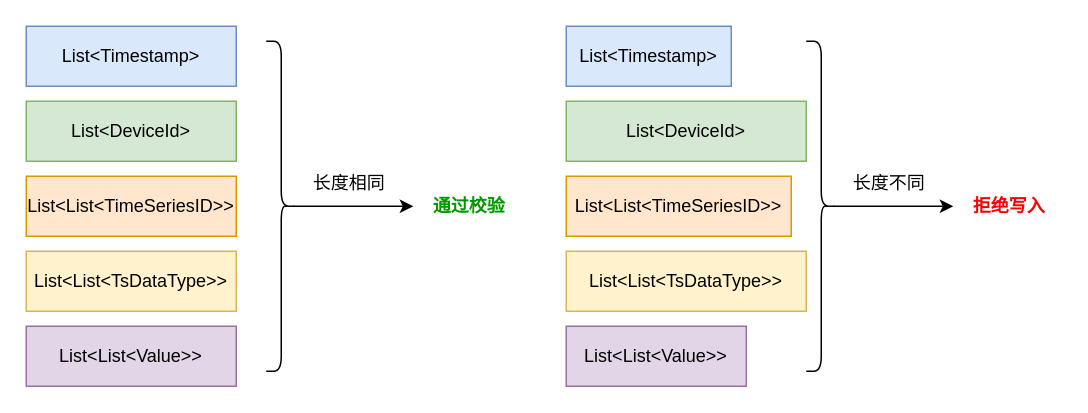
Earlier version of the draw.io diagram 设计图/数据合法性校验.drawio (THUMarkLau/thuthesis). Source tidied: cells renumbered, new cells numbered last; positions are measured from the earlier drawing's top-left corner, leaving out a move shared by most shapes. Both pictures are drawn from the tidied source at 150%, with x=0, y=0 at pixel (26, 26).
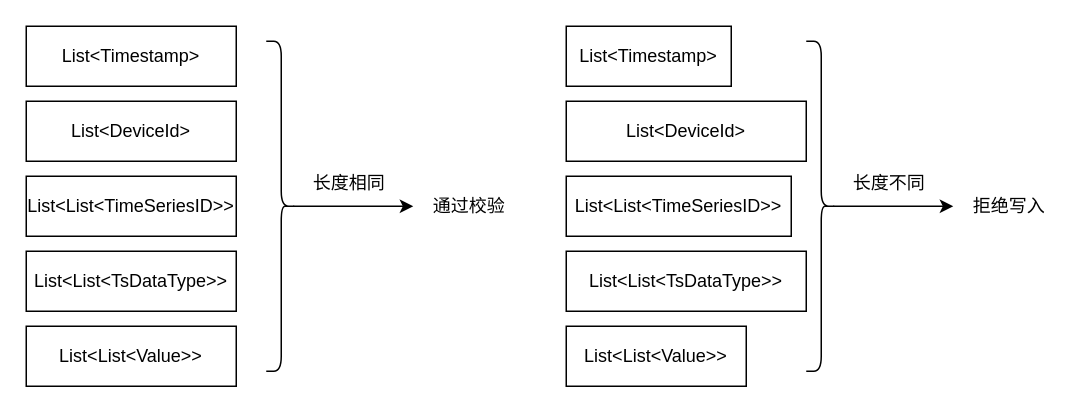
The same page after the edit.

The edit, as a diff of the source:
```diff
@@
-    <mxCell id="2" value="List&amp;lt;DeviceId&amp;gt;" style="rounded=0;whiteSpace=wrap;html=1;fillColor=#d5e8d4;strokeColor=#82b366;" parent="1" vertex="1">
+    <mxCell id="2" value="List&amp;lt;DeviceId&amp;gt;" style="rounded=0;whiteSpace=wrap;html=1;fillColor=none;strokeColor=#000000;" parent="1" vertex="1">
       <mxGeometry y="50" width="140" height="40" as="geometry" />
     </mxCell>
-    <mxCell id="3" value="List&amp;lt;List&amp;lt;TimeSeriesID&amp;gt;&amp;gt;" style="rounded=0;whiteSpace=wrap;html=1;fillColor=#ffe6cc;strokeColor=#d79b00;" parent="1" vertex="1">
+    <mxCell id="3" value="List&amp;lt;List&amp;lt;TimeSeriesID&amp;gt;&amp;gt;" style="rounded=0;whiteSpace=wrap;html=1;fillColor=none;strokeColor=#000000;" parent="1" vertex="1">
       <mxGeometry y="100" width="140" height="40" as="geometry" />
     </mxCell>
-    <mxCell id="4" value="List&amp;lt;List&amp;lt;TsDataType&amp;gt;&amp;gt;" style="rounded=0;whiteSpace=wrap;html=1;fillColor=#fff2cc;strokeColor=#d6b656;" parent="1" vertex="1">
+    <mxCell id="4" value="List&amp;lt;List&amp;lt;TsDataType&amp;gt;&amp;gt;" style="rounded=0;whiteSpace=wrap;html=1;fillColor=none;strokeColor=#000000;" parent="1" vertex="1">
       <mxGeometry y="150" width="140" height="40" as="geometry" />
     </mxCell>
-    <mxCell id="5" value="List&amp;lt;List&amp;lt;Value&amp;gt;&amp;gt;" style="rounded=0;whiteSpace=wrap;html=1;fillColor=#e1d5e7;strokeColor=#9673a6;" parent="1" vertex="1">
+    <mxCell id="5" value="List&amp;lt;List&amp;lt;Value&amp;gt;&amp;gt;" style="rounded=0;whiteSpace=wrap;html=1;fillColor=none;strokeColor=#000000;" parent="1" vertex="1">
       <mxGeometry y="200" width="140" height="40" as="geometry" />
     </mxCell>
-    <mxCell id="6" value="List&amp;lt;Timestamp&amp;gt;" style="rounded=0;whiteSpace=wrap;html=1;fillColor=#dae8fc;strokeColor=#6c8ebf;" parent="1" vertex="1">
+    <mxCell id="6" value="List&amp;lt;Timestamp&amp;gt;" style="rounded=0;whiteSpace=wrap;html=1;fillColor=none;strokeColor=#000000;" parent="1" vertex="1">
       <mxGeometry width="140" height="40" as="geometry" />
     </mxCell>
@@
-    <mxCell id="10" value="&lt;b&gt;&lt;font color=&quot;#009900&quot;&gt;通过校验&lt;/font&gt;&lt;/b&gt;" style="text;html=1;align=center;verticalAlign=middle;strokeColor=none;fillColor=none;" parent="1" vertex="1">
+    <mxCell id="10" value="&lt;span&gt;&lt;font&gt;通过校验&lt;/font&gt;&lt;/span&gt;" style="text;html=1;align=center;verticalAlign=middle;strokeColor=none;fillColor=none;fontStyle=0;fontColor=#000000;" parent="1" vertex="1">
       <mxGeometry x="260" y="105" width="70" height="30" as="geometry" />
     </mxCell>
-    <mxCell id="11" value="List&amp;lt;DeviceId&amp;gt;" style="rounded=0;whiteSpace=wrap;html=1;fillColor=#d5e8d4;strokeColor=#82b366;" parent="1" vertex="1">
+    <mxCell id="11" value="List&amp;lt;DeviceId&amp;gt;" style="rounded=0;whiteSpace=wrap;html=1;fillColor=none;strokeColor=#000000;" parent="1" vertex="1">
       <mxGeometry x="360" y="50" width="160" height="40" as="geometry" />
     </mxCell>
-    <mxCell id="12" value="List&amp;lt;List&amp;lt;TimeSeriesID&amp;gt;&amp;gt;" style="rounded=0;whiteSpace=wrap;html=1;fillColor=#ffe6cc;strokeColor=#d79b00;" parent="1" vertex="1">
+    <mxCell id="12" value="List&amp;lt;List&amp;lt;TimeSeriesID&amp;gt;&amp;gt;" style="rounded=0;whiteSpace=wrap;html=1;fillColor=none;strokeColor=#000000;" parent="1" vertex="1">
       <mxGeometry x="360" y="100" width="150" height="40" as="geometry" />
     </mxCell>
-    <mxCell id="13" value="List&amp;lt;List&amp;lt;TsDataType&amp;gt;&amp;gt;" style="rounded=0;whiteSpace=wrap;html=1;fillColor=#fff2cc;strokeColor=#d6b656;" parent="1" vertex="1">
+    <mxCell id="13" value="List&amp;lt;List&amp;lt;TsDataType&amp;gt;&amp;gt;" style="rounded=0;whiteSpace=wrap;html=1;fillColor=none;strokeColor=#000000;" parent="1" vertex="1">
       <mxGeometry x="360" y="150" width="160" height="40" as="geometry" />
     </mxCell>
-    <mxCell id="14" value="List&amp;lt;List&amp;lt;Value&amp;gt;&amp;gt;" style="rounded=0;whiteSpace=wrap;html=1;fillColor=#e1d5e7;strokeColor=#9673a6;" parent="1" vertex="1">
+    <mxCell id="14" value="List&amp;lt;List&amp;lt;Value&amp;gt;&amp;gt;" style="rounded=0;whiteSpace=wrap;html=1;fillColor=none;strokeColor=#000000;" parent="1" vertex="1">
       <mxGeometry x="360" y="200" width="120" height="40" as="geometry" />
     </mxCell>
-    <mxCell id="15" value="List&amp;lt;Timestamp&amp;gt;" style="rounded=0;whiteSpace=wrap;html=1;fillColor=#dae8fc;strokeColor=#6c8ebf;" parent="1" vertex="1">
+    <mxCell id="15" value="List&amp;lt;Timestamp&amp;gt;" style="rounded=0;whiteSpace=wrap;html=1;fillColor=none;strokeColor=#000000;" parent="1" vertex="1">
       <mxGeometry x="360" width="110" height="40" as="geometry" />
     </mxCell>
@@
-    <mxCell id="19" value="&lt;b&gt;&lt;font color=&quot;#ff0000&quot;&gt;拒绝写入&lt;/font&gt;&lt;/b&gt;" style="text;html=1;align=center;verticalAlign=middle;strokeColor=none;fillColor=none;" parent="1" vertex="1">
+    <mxCell id="19" value="&lt;span&gt;&lt;font&gt;拒绝写入&lt;/font&gt;&lt;/span&gt;" style="text;html=1;align=center;verticalAlign=middle;strokeColor=none;fillColor=none;fontStyle=0;fontColor=#000000;" parent="1" vertex="1">
       <mxGeometry x="620" y="105" width="70" height="30" as="geometry" />
     </mxCell>
```
